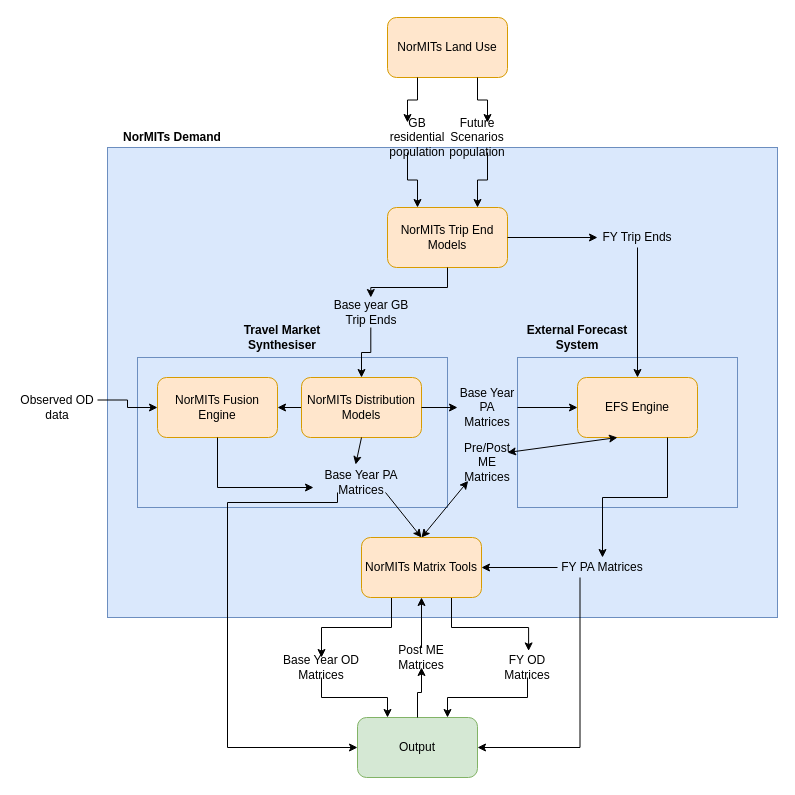
Above: op_models/demand_op_model.drawio in Transport-for-the-North/NorMITs-Demand (draw.io), before the change. Source tidied: cells renumbered, new cells numbered last; positions are measured from the earlier drawing's top-left corner, leaving out a move shared by most shapes. Both pictures are drawn from the tidied source at 100%, with x=0, y=0 at pixel (17, 17).
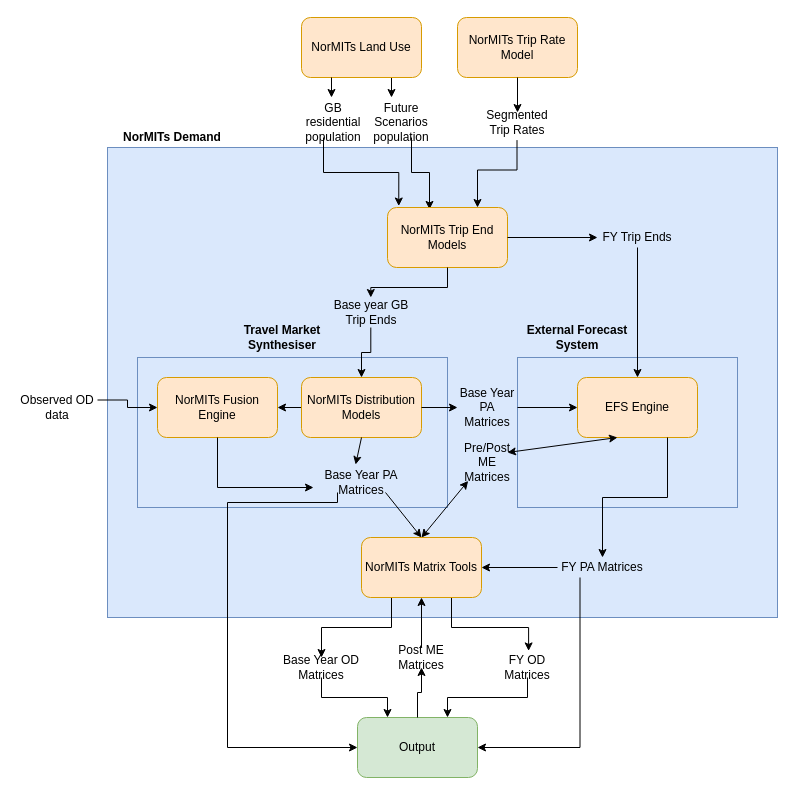
The same page after the edit.

Unchanged cells that the change refers to:
```xml
<mxCell id="9" value="NorMITs Trip End Models" style="rounded=1;whiteSpace=wrap;html=1;fillColor=#ffe6cc;strokeColor=#d79b00;" parent="1" vertex="1">
  <mxGeometry x="370" y="190" width="120" height="60" as="geometry" />
</mxCell>
```

What changed in the source:
```diff
@@
-    <mxCell id="4" style="edgeStyle=orthogonalEdgeStyle;rounded=0;jettySize=auto;html=1;exitX=0.25;exitY=1;exitDx=0;exitDy=0;entryX=0.25;entryY=0;entryDx=0;entryDy=0;" parent="1" edge="1" source="45" target="9">
+    <mxCell id="4" style="edgeStyle=orthogonalEdgeStyle;rounded=0;jettySize=auto;html=1;exitX=0.25;exitY=1;exitDx=0;exitDy=0;entryX=0.094;entryY=-0.025;entryDx=0;entryDy=0;entryPerimeter=0;" parent="1" edge="1" source="45" target="9">
       <mxGeometry relative="1" as="geometry" />
     </mxCell>
-    <mxCell id="5" style="edgeStyle=orthogonalEdgeStyle;rounded=0;jettySize=auto;html=1;exitX=0.75;exitY=1;exitDx=0;exitDy=0;entryX=0.75;entryY=0;entryDx=0;entryDy=0;" parent="1" edge="1" source="43" target="9">
+    <mxCell id="5" style="edgeStyle=orthogonalEdgeStyle;rounded=0;jettySize=auto;html=1;exitX=0.75;exitY=1;exitDx=0;exitDy=0;entryX=0.35;entryY=0.032;entryDx=0;entryDy=0;entryPerimeter=0;" parent="1" edge="1" source="43" target="9">
       <mxGeometry relative="1" as="geometry" />
     </mxCell>
+    <mxCell id="44" style="edgeStyle=orthogonalEdgeStyle;rounded=0;jettySize=auto;html=1;exitX=0.75;exitY=1;exitDx=0;exitDy=0;entryX=0.25;entryY=-0.333;entryDx=0;entryDy=0;entryPerimeter=0;" parent="1" edge="1" source="6" target="43">
+      <mxGeometry relative="1" as="geometry" />
+    </mxCell>
     <mxCell id="6" value="NorMITs Land Use" style="rounded=1;whiteSpace=wrap;html=1;fillColor=#ffe6cc;strokeColor=#d79b00;" parent="1" vertex="1">
-      <mxGeometry x="370" width="120" height="60" as="geometry" />
+      <mxGeometry x="284" width="120" height="60" as="geometry" />
     </mxCell>
@@
     <mxCell id="43" value="Future Scenarios population" style="text;html=1;strokeColor=none;fillColor=none;align=center;verticalAlign=middle;whiteSpace=wrap;rounded=0;" parent="1" vertex="1">
-      <mxGeometry x="440" y="105" width="40" height="30" as="geometry" />
+      <mxGeometry x="364" y="90" width="40" height="30" as="geometry" />
     </mxCell>
-    <mxCell id="44" style="edgeStyle=orthogonalEdgeStyle;rounded=0;jettySize=auto;html=1;exitX=0.75;exitY=1;exitDx=0;exitDy=0;entryX=0.75;entryY=0;entryDx=0;entryDy=0;" parent="1" edge="1" source="6" target="43">
-      <mxGeometry relative="1" as="geometry" />
-    </mxCell>
     <mxCell id="45" value="GB residential population" style="text;html=1;strokeColor=none;fillColor=none;align=center;verticalAlign=middle;whiteSpace=wrap;rounded=0;" parent="1" vertex="1">
-      <mxGeometry x="380" y="105" width="40" height="30" as="geometry" />
+      <mxGeometry x="296" y="90" width="40" height="30" as="geometry" />
     </mxCell>
-    <mxCell id="46" style="edgeStyle=orthogonalEdgeStyle;rounded=0;jettySize=auto;html=1;exitX=0.25;exitY=1;exitDx=0;exitDy=0;entryX=0.25;entryY=0;entryDx=0;entryDy=0;" parent="1" edge="1" source="6" target="45">
+    <mxCell id="46" style="edgeStyle=orthogonalEdgeStyle;rounded=0;jettySize=auto;html=1;exitX=0.25;exitY=1;exitDx=0;exitDy=0;entryX=0.45;entryY=-0.333;entryDx=0;entryDy=0;entryPerimeter=0;" parent="1" edge="1" source="6" target="45">
       <mxGeometry relative="1" as="geometry" />
     </mxCell>
@@
+    <mxCell id="55" style="edgeStyle=orthogonalEdgeStyle;rounded=0;jettySize=auto;html=1;entryX=0.75;entryY=0;entryDx=0;entryDy=0;exitX=0.49;exitY=1.38;exitDx=0;exitDy=0;exitPerimeter=0;" parent="1" edge="1" source="57" target="9">
+      <mxGeometry relative="1" as="geometry" />
+    </mxCell>
+    <mxCell id="56" value="NorMITs Trip Rate Model" style="rounded=1;whiteSpace=wrap;html=1;fillColor=#ffe6cc;strokeColor=#d79b00;" parent="1" vertex="1">
+      <mxGeometry x="440" width="120" height="60" as="geometry" />
+    </mxCell>
+    <mxCell id="57" value="Segmented Trip Rates" style="text;html=1;strokeColor=none;fillColor=none;align=center;verticalAlign=middle;whiteSpace=wrap;rounded=0;" parent="1" vertex="1">
+      <mxGeometry x="475" y="95" width="50" height="20" as="geometry" />
+    </mxCell>
+    <mxCell id="58" style="edgeStyle=orthogonalEdgeStyle;rounded=0;jettySize=auto;html=1;entryX=0.5;entryY=0;entryDx=0;entryDy=0;" parent="1" edge="1" source="56" target="57">
+      <mxGeometry relative="1" as="geometry" />
+    </mxCell>
```
